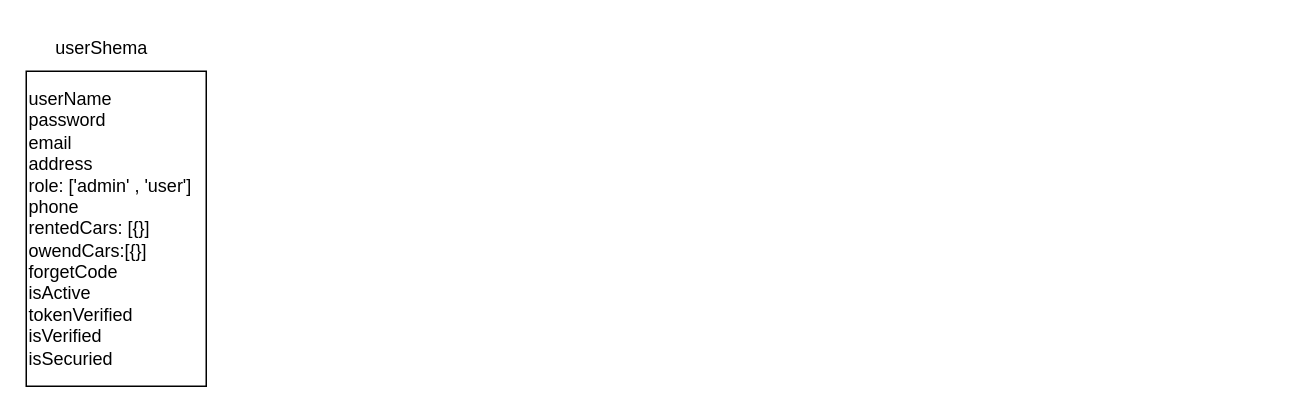
Before: schema.drawio in amaged-dev/MOTORENT-BACKEND, a draw.io diagram. Source tidied: cells renumbered, new cells numbered last; positions are measured from the earlier drawing's top-left corner, leaving out a move shared by most shapes. Both pictures are drawn from the tidied source at 150%, with x=0, y=0 at pixel (26, 26).
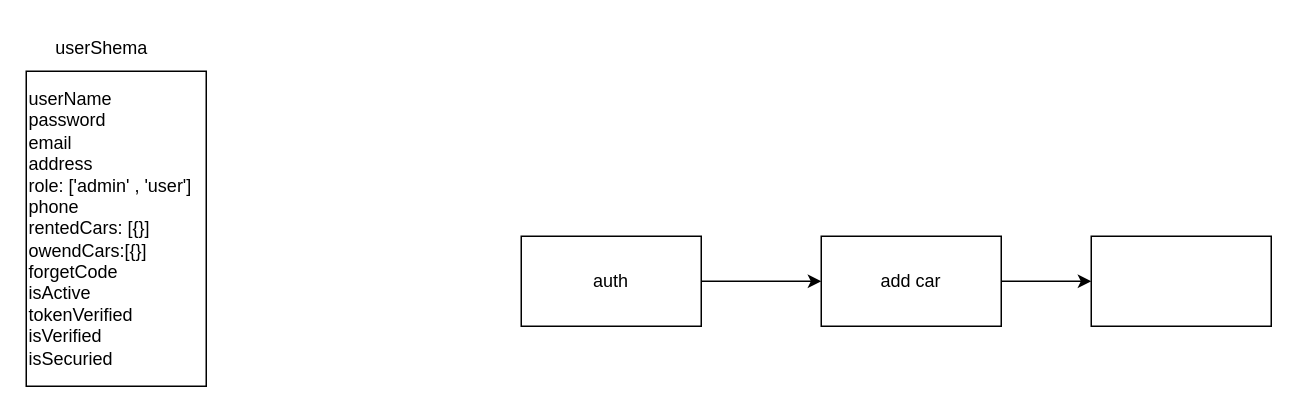
Above is the later version.

The edit, as a diff of the source:
```diff
@@
 <mxGraphModel>
   <root>
     <mxCell id="0" />
     <mxCell id="1" parent="0" />
     <mxCell id="2" value="userName&lt;br&gt;password&lt;br&gt;email&lt;br&gt;address&lt;br&gt;role: ['admin' , 'user']&lt;br&gt;phone&lt;br&gt;rentedCars: [{}]&lt;br&gt;owendCars:[{}]&lt;br&gt;forgetCode&lt;br&gt;isActive&lt;br&gt;tokenVerified&lt;br&gt;isVerified&lt;br&gt;isSecuried" style="whiteSpace=wrap;html=1;align=left;" parent="1" vertex="1">
       <mxGeometry y="30" width="120" height="210" as="geometry" />
     </mxCell>
     <mxCell id="3" value="userShema" style="text;html=1;align=center;verticalAlign=middle;strokeColor=none;fillColor=none;" parent="1" vertex="1">
       <mxGeometry x="10" width="80" height="30" as="geometry" />
     </mxCell>
+    <mxCell id="4" style="edgeStyle=none;html=1;" parent="1" edge="1" source="5" target="7">
+      <mxGeometry relative="1" as="geometry" />
+    </mxCell>
+    <mxCell id="5" value="auth" style="whiteSpace=wrap;html=1;" parent="1" vertex="1">
+      <mxGeometry x="330" y="140" width="120" height="60" as="geometry" />
+    </mxCell>
+    <mxCell id="6" style="edgeStyle=none;html=1;" parent="1" edge="1" source="7" target="8">
+      <mxGeometry relative="1" as="geometry" />
+    </mxCell>
+    <mxCell id="7" value="add car" style="whiteSpace=wrap;html=1;" parent="1" vertex="1">
+      <mxGeometry x="530" y="140" width="120" height="60" as="geometry" />
+    </mxCell>
+    <mxCell id="8" style="whiteSpace=wrap;html=1;" parent="1" vertex="1">
+      <mxGeometry x="710" y="140" width="120" height="60" as="geometry" />
+    </mxCell>
   </root>
 </mxGraphModel>
```
